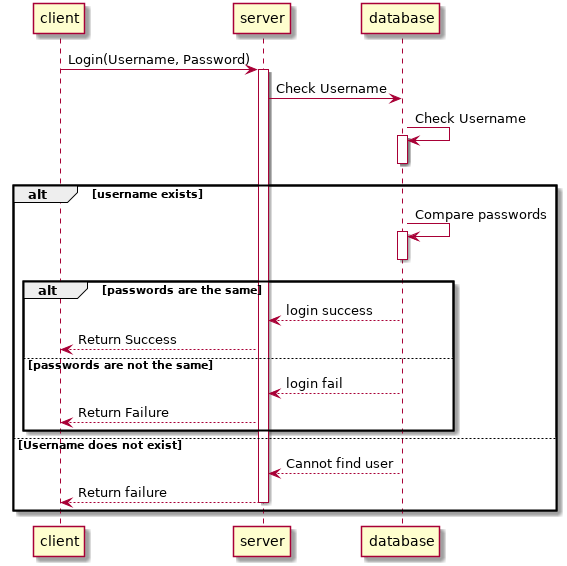
ptq204/CS494-FinalProject keeps this PlantUML diagram as report/login.png. Above is the earlier version.
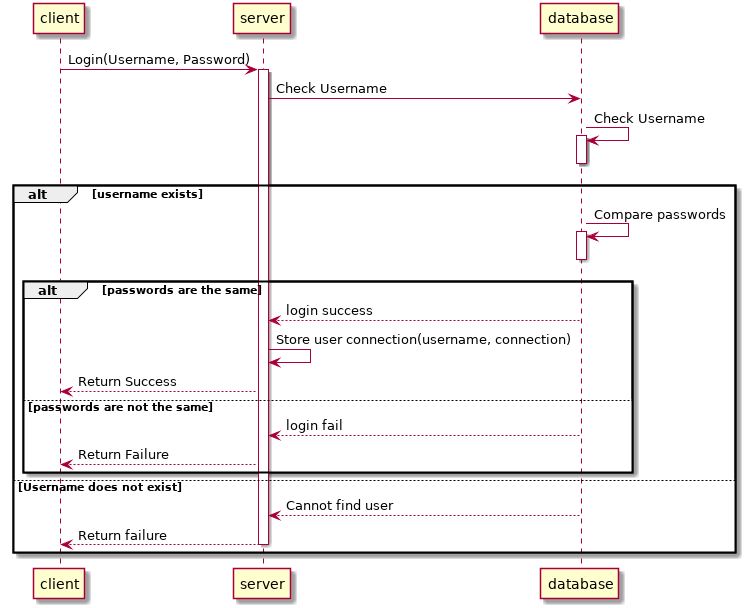
The same diagram one commit later.

Commit message:
Added sequence diagram

What changed in the source:
```diff
@@ -15,6 +15,8 @@
   alt passwords are the same
 
     database --> server: login success
+
+    server -> server: Store user connection(username, connection)
 
     server --> client: Return Success
 
```
